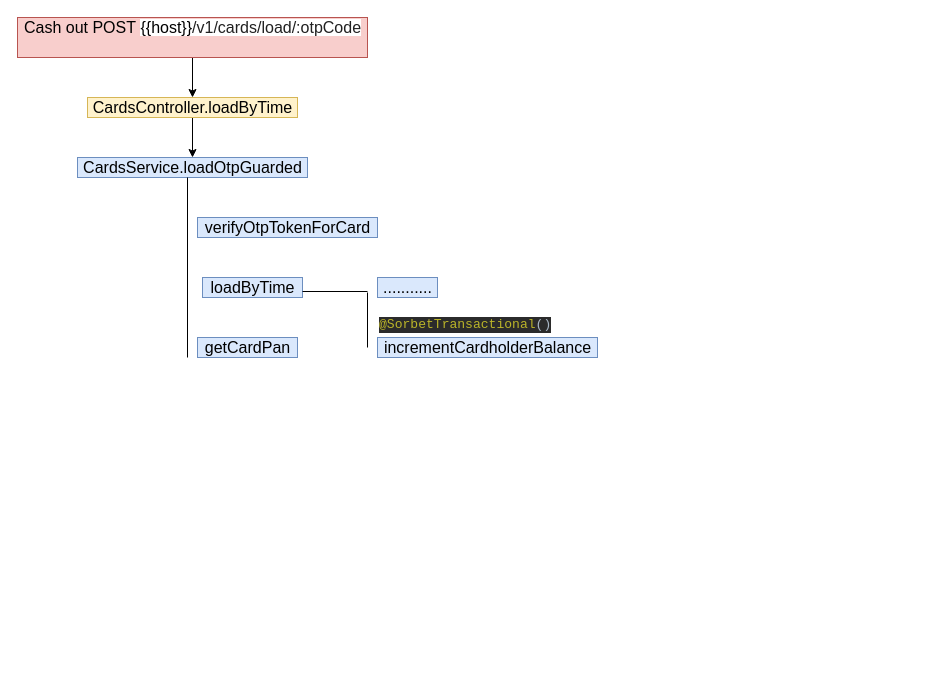
Earlier version of the draw.io diagram diagrams/cash out.drawio (koldunb/draw-io). Source tidied: cells renumbered, new cells numbered last; positions are measured from the earlier drawing's top-left corner, leaving out a move shared by most shapes. Both pictures are drawn from the tidied source at 100%, with x=0, y=0 at pixel (17, 17).
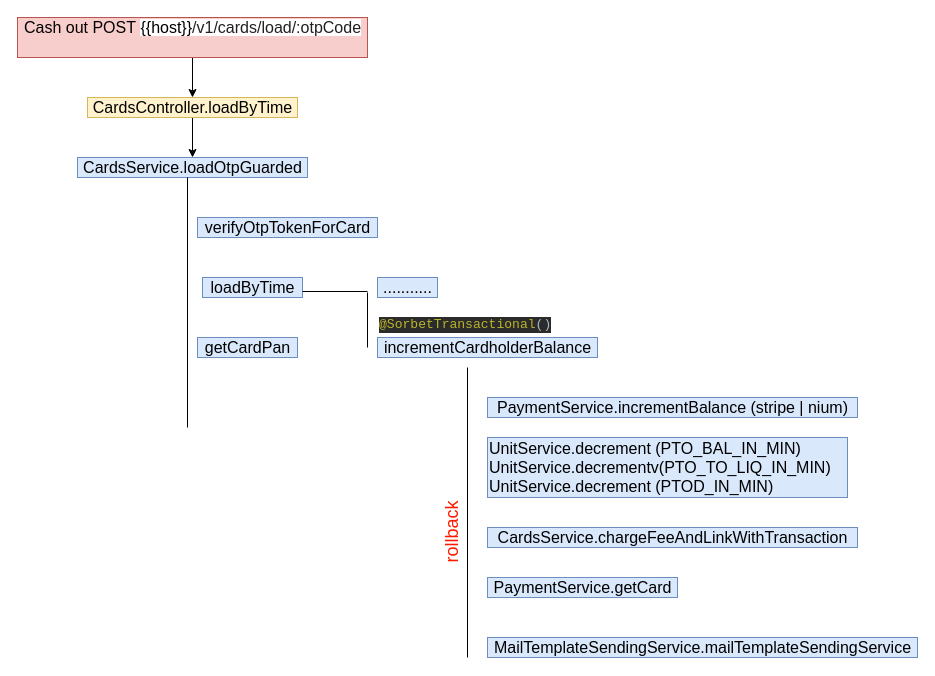
The same diagram, later.

Diff of the diagram source:
```diff
@@
     <mxCell id="9" style="endArrow=none;html=1;rounded=0;fontSize=16;" parent="1" edge="1">
       <mxGeometry relative="1" as="geometry">
-        <mxPoint x="170" y="340" as="sourcePoint" />
+        <mxPoint x="170" y="410" as="sourcePoint" />
         <mxPoint x="170" y="160" as="targetPoint" />
       </mxGeometry>
     </mxCell>
@@
+    <mxCell id="16" value="PaymentService.incrementBalance (stripe | nium)" style="text;html=1;align=center;verticalAlign=middle;strokeColor=#6c8ebf;fillColor=#dae8fc;fontSize=16;" parent="1" vertex="1">
+      <mxGeometry x="470" y="380" width="370" height="20" as="geometry" />
+    </mxCell>
+    <mxCell id="17" value="&lt;div&gt;UnitService.decrement (PTO_BAL_IN_MIN)&lt;/div&gt;&lt;div&gt;UnitService.decrementv(PTO_TO_LIQ_IN_MIN)&lt;/div&gt;&lt;div&gt;UnitService.decrement (PTOD_IN_MIN)&lt;/div&gt;" style="text;html=1;align=left;verticalAlign=middle;strokeColor=#6c8ebf;fillColor=#dae8fc;fontSize=16;" parent="1" vertex="1">
+      <mxGeometry x="470" y="420" width="360" height="60" as="geometry" />
+    </mxCell>
+    <mxCell id="18" value="CardsService.chargeFeeAndLinkWithTransaction" style="text;html=1;align=center;verticalAlign=middle;strokeColor=#6c8ebf;fillColor=#dae8fc;fontSize=16;" parent="1" vertex="1">
+      <mxGeometry x="470" y="510" width="370" height="20" as="geometry" />
+    </mxCell>
+    <mxCell id="19" value="PaymentService.getCard" style="text;html=1;align=center;verticalAlign=middle;strokeColor=#6c8ebf;fillColor=#dae8fc;fontSize=16;" parent="1" vertex="1">
+      <mxGeometry x="470" y="560" width="190" height="20" as="geometry" />
+    </mxCell>
+    <mxCell id="20" value="MailTemplateSendingService.mailTemplateSendingService" style="text;html=1;align=center;verticalAlign=middle;strokeColor=#6c8ebf;fillColor=#dae8fc;fontSize=16;" parent="1" vertex="1">
+      <mxGeometry x="470" y="620" width="430" height="20" as="geometry" />
+    </mxCell>
+    <mxCell id="21" style="endArrow=none;html=1;rounded=0;fontSize=16;" parent="1" edge="1">
+      <mxGeometry relative="1" as="geometry">
+        <mxPoint x="450" y="640" as="sourcePoint" />
+        <mxPoint x="450" y="350" as="targetPoint" />
+      </mxGeometry>
+    </mxCell>
+    <mxCell id="22" value="rollback" style="text;html=1;align=center;verticalAlign=middle;strokeColor=none;fillColor=none;fontSize=18;rotation=270;fontColor=#FF1900;" parent="1" vertex="1">
+      <mxGeometry x="395" y="500" width="80" height="30" as="geometry" />
+    </mxCell>
```
